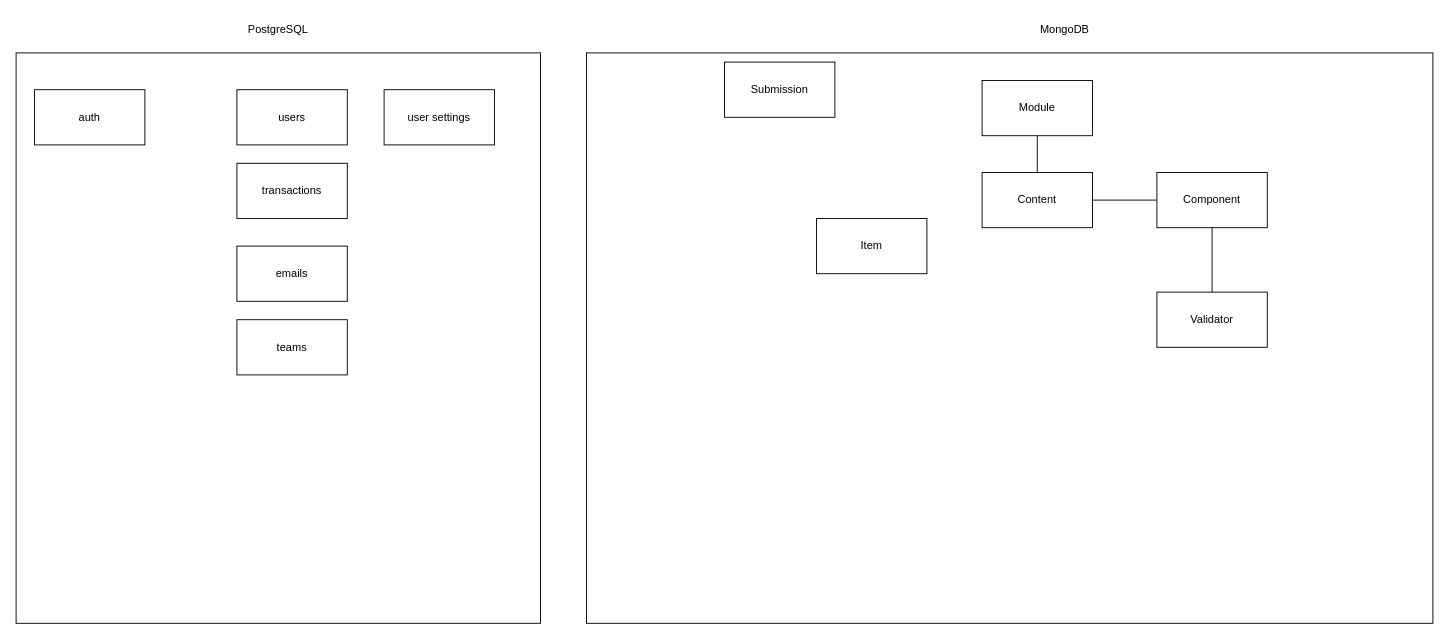
This is sketches/Q7-data/current.drawio from nponsard/rapport-polycode-s7, a draw.io file, before an edit. Source tidied: cells renumbered, new cells numbered last; positions are measured from the earlier drawing's top-left corner, leaving out a move shared by most shapes. Both pictures are drawn from the tidied source at 92%, with x=0, y=0 at pixel (16, 16).
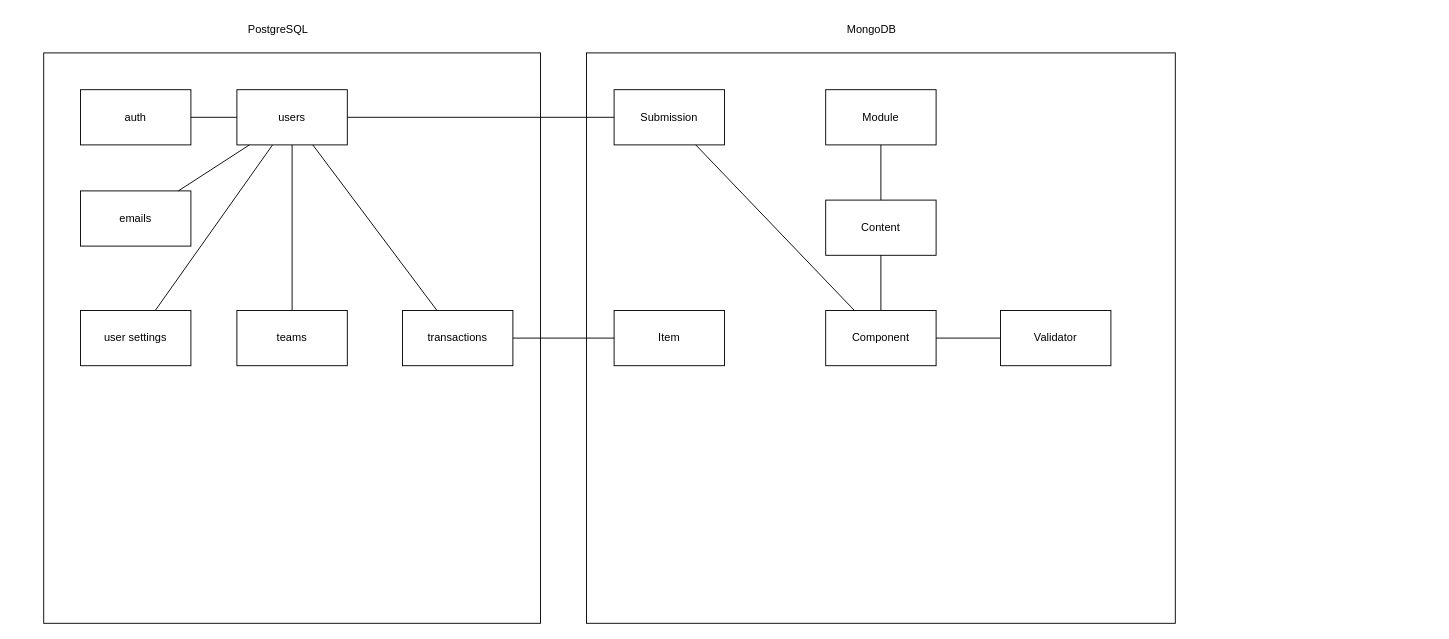
After the change.

Unchanged cells that the change refers to:
```xml
<mxCell id="5" value="users" style="rounded=0;whiteSpace=wrap;html=1;" parent="1" vertex="1">
  <mxGeometry x="240" y="80" width="120" height="60" as="geometry" />
</mxCell>
```

Diff of the diagram source:
```diff
@@
     <mxCell id="2" style="rounded=0;whiteSpace=wrap;html=1;" parent="1" vertex="1">
-      <mxGeometry y="40" width="570" height="620" as="geometry" />
+      <mxGeometry x="30" y="40" width="540" height="620" as="geometry" />
     </mxCell>
@@
     <mxCell id="4" value="auth" style="rounded=0;whiteSpace=wrap;html=1;" parent="1" vertex="1">
-      <mxGeometry x="20" y="80" width="120" height="60" as="geometry" />
+      <mxGeometry x="70" y="80" width="120" height="60" as="geometry" />
     </mxCell>
@@
     <mxCell id="6" value="transactions" style="rounded=0;whiteSpace=wrap;html=1;" parent="1" vertex="1">
-      <mxGeometry x="240" y="160" width="120" height="60" as="geometry" />
+      <mxGeometry x="420" y="320" width="120" height="60" as="geometry" />
     </mxCell>
     <mxCell id="7" value="emails" style="rounded=0;whiteSpace=wrap;html=1;" parent="1" vertex="1">
-      <mxGeometry x="240" y="250" width="120" height="60" as="geometry" />
+      <mxGeometry x="70" y="190" width="120" height="60" as="geometry" />
     </mxCell>
     <mxCell id="8" value="user settings" style="rounded=0;whiteSpace=wrap;html=1;" parent="1" vertex="1">
-      <mxGeometry x="400" y="80" width="120" height="60" as="geometry" />
+      <mxGeometry x="70" y="320" width="120" height="60" as="geometry" />
     </mxCell>
     <mxCell id="9" value="teams" style="rounded=0;whiteSpace=wrap;html=1;" parent="1" vertex="1">
-      <mxGeometry x="240" y="330" width="120" height="60" as="geometry" />
+      <mxGeometry x="240" y="320" width="120" height="60" as="geometry" />
     </mxCell>
     <mxCell id="10" style="rounded=0;whiteSpace=wrap;html=1;" parent="1" vertex="1">
-      <mxGeometry x="620" y="40" width="920" height="620" as="geometry" />
+      <mxGeometry x="620" y="40" width="640" height="620" as="geometry" />
     </mxCell>
     <mxCell id="11" value="MongoDB" style="text;html=1;strokeColor=none;fillColor=none;align=center;verticalAlign=middle;whiteSpace=wrap;rounded=0;" parent="1" vertex="1">
-      <mxGeometry x="1110" width="60" height="30" as="geometry" />
+      <mxGeometry x="900" width="60" height="30" as="geometry" />
     </mxCell>
     <mxCell id="12" value="Module" style="rounded=0;whiteSpace=wrap;html=1;" parent="1" vertex="1">
-      <mxGeometry x="1050" y="70" width="120" height="60" as="geometry" />
+      <mxGeometry x="880" y="80" width="120" height="60" as="geometry" />
     </mxCell>
     <mxCell id="13" value="Content" style="rounded=0;whiteSpace=wrap;html=1;" parent="1" vertex="1">
-      <mxGeometry x="1050" y="170" width="120" height="60" as="geometry" />
+      <mxGeometry x="880" y="200" width="120" height="60" as="geometry" />
     </mxCell>
     <mxCell id="14" value="Component" style="rounded=0;whiteSpace=wrap;html=1;" parent="1" vertex="1">
-      <mxGeometry x="1240" y="170" width="120" height="60" as="geometry" />
+      <mxGeometry x="880" y="320" width="120" height="60" as="geometry" />
     </mxCell>
     <mxCell id="15" value="Validator" style="rounded=0;whiteSpace=wrap;html=1;" parent="1" vertex="1">
-      <mxGeometry x="1240" y="300" width="120" height="60" as="geometry" />
+      <mxGeometry x="1070" y="320" width="120" height="60" as="geometry" />
     </mxCell>
     <mxCell id="16" value="Item" style="rounded=0;whiteSpace=wrap;html=1;" parent="1" vertex="1">
-      <mxGeometry x="870" y="220" width="120" height="60" as="geometry" />
+      <mxGeometry x="650" y="320" width="120" height="60" as="geometry" />
     </mxCell>
     <mxCell id="17" value="Submission" style="rounded=0;whiteSpace=wrap;html=1;" parent="1" vertex="1">
-      <mxGeometry x="770" y="50" width="120" height="60" as="geometry" />
+      <mxGeometry x="650" y="80" width="120" height="60" as="geometry" />
     </mxCell>
@@
+    <mxCell id="21" style="endArrow=none;html=1;" parent="1" edge="1" source="6" target="16">
+      <mxGeometry relative="1" as="geometry" />
+    </mxCell>
+    <mxCell id="22" style="endArrow=none;html=1;" parent="1" edge="1" source="7" target="5">
+      <mxGeometry relative="1" as="geometry" />
+    </mxCell>
+    <mxCell id="23" style="endArrow=none;html=1;" parent="1" edge="1" source="9" target="5">
+      <mxGeometry relative="1" as="geometry" />
+    </mxCell>
+    <mxCell id="24" style="endArrow=none;html=1;" parent="1" edge="1" source="5" target="8">
+      <mxGeometry relative="1" as="geometry" />
+    </mxCell>
+    <mxCell id="25" style="endArrow=none;html=1;" parent="1" edge="1" source="4" target="5">
+      <mxGeometry relative="1" as="geometry" />
+    </mxCell>
+    <mxCell id="26" style="endArrow=none;html=1;" parent="1" edge="1" source="6" target="5">
+      <mxGeometry relative="1" as="geometry" />
+    </mxCell>
+    <mxCell id="27" style="endArrow=none;html=1;" parent="1" edge="1" source="5" target="17">
+      <mxGeometry relative="1" as="geometry" />
+    </mxCell>
+    <mxCell id="28" style="endArrow=none;html=1;" parent="1" edge="1" source="14" target="17">
+      <mxGeometry relative="1" as="geometry" />
+    </mxCell>
```
